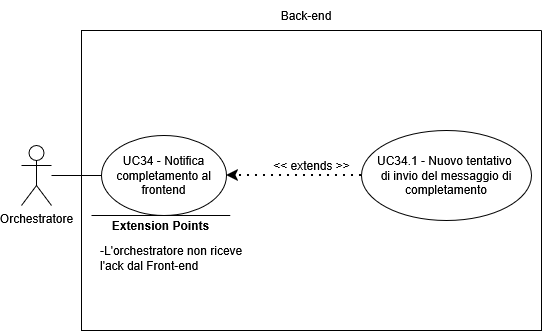
SkarabGroup/DocumentazioneProgetto keeps this draw.io diagram as assets/diagrams/UC34.png. Above is the earlier version. Source tidied: cells renumbered, new cells last; positions are measured from the earlier drawing's top-left corner, leaving out a move shared by most shapes.
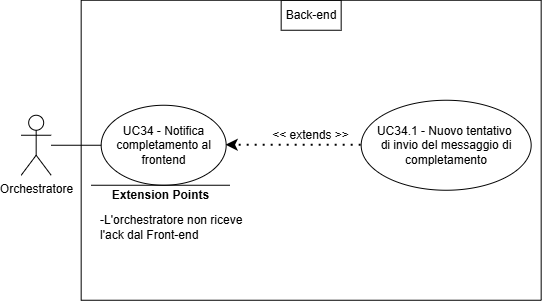
Later version of the same file.

The edit, as a diff of the source:
```diff
@@ -5,38 +5,38 @@
     <mxCell id="2" value="Orchestratore" style="shape=umlActor;verticalLabelPosition=bottom;verticalAlign=top;html=1;outlineConnect=0;" parent="1" vertex="1">
       <mxGeometry y="145" width="30" height="60" as="geometry" />
     </mxCell>
-    <mxCell id="3" style="swimlane;startSize=0;" parent="1" vertex="1">
-      <mxGeometry x="60" y="30" width="460" height="300" as="geometry" />
-    </mxCell>
+    <mxCell id="13" style="swimlane;startSize=0;" parent="1" vertex="1">
+      <mxGeometry x="60" y="30" width="460" height="300" as="geometry" />
+    </mxCell>
-    <mxCell id="4" value="UC34 - Notifica completamento al frontend" style="ellipse;whiteSpace=wrap;html=1;" parent="3" vertex="1">
+    <mxCell id="4" value="UC34 - Notifica completamento al frontend" style="ellipse;whiteSpace=wrap;html=1;" parent="13" vertex="1">
       <mxGeometry x="20" y="105" width="125" height="80" as="geometry" />
     </mxCell>
-    <mxCell id="5" value="&lt;div&gt;UC34.1 - Nuovo tentativo&amp;nbsp;&lt;/div&gt;&lt;div&gt;di invio del messaggio di completamento&lt;/div&gt;" style="ellipse;whiteSpace=wrap;html=1;" parent="3" vertex="1">
+    <mxCell id="5" value="&lt;div&gt;UC34.1 - Nuovo tentativo&amp;nbsp;&lt;/div&gt;&lt;div&gt;di invio del messaggio di completamento&lt;/div&gt;" style="ellipse;whiteSpace=wrap;html=1;" parent="13" vertex="1">
       <mxGeometry x="280" y="100" width="170" height="90" as="geometry" />
     </mxCell>
-    <mxCell id="6" style="endArrow=classic;dashed=1;html=1;dashPattern=1 3;strokeWidth=2;rounded=0;entryX=1;entryY=0.5;entryDx=0;entryDy=0;exitX=0;exitY=0.5;exitDx=0;exitDy=0;strokeColor=default;curved=0;endFill=1;endSize=6;" parent="3" edge="1" source="5" target="4">
+    <mxCell id="6" style="endArrow=classic;dashed=1;html=1;dashPattern=1 3;strokeWidth=2;rounded=0;entryX=1;entryY=0.5;entryDx=0;entryDy=0;exitX=0;exitY=0.5;exitDx=0;exitDy=0;strokeColor=default;curved=0;endFill=1;endSize=6;" parent="13" edge="1" source="5" target="4">
       <mxGeometry relative="1" as="geometry" />
     </mxCell>
-    <mxCell id="7" value="&lt;div&gt;&amp;lt;&amp;lt; extends &amp;gt;&amp;gt;&lt;/div&gt;" style="text;html=1;whiteSpace=wrap;strokeColor=none;fillColor=none;align=center;verticalAlign=middle;rounded=0;" parent="3" vertex="1">
+    <mxCell id="7" value="&lt;div&gt;&amp;lt;&amp;lt; extends &amp;gt;&amp;gt;&lt;/div&gt;" style="text;html=1;whiteSpace=wrap;strokeColor=none;fillColor=none;align=center;verticalAlign=middle;rounded=0;" parent="13" vertex="1">
       <mxGeometry x="182.5" y="120" width="95" height="30" as="geometry" />
     </mxCell>
-    <mxCell id="8" style="endArrow=none;html=1;rounded=0;" parent="3" edge="1">
-      <mxGeometry relative="1" as="geometry">
-        <mxPoint x="148.8" y="185" as="sourcePoint" />
-        <mxPoint x="10" y="185" as="targetPoint" />
-      </mxGeometry>
-    </mxCell>
+    <mxCell id="14" style="endArrow=none;html=1;rounded=0;" parent="13" edge="1">
+      <mxGeometry relative="1" as="geometry">
+        <mxPoint x="148.8" y="185" as="sourcePoint" />
+        <mxPoint x="10" y="185" as="targetPoint" />
+      </mxGeometry>
+    </mxCell>
-    <mxCell id="9" value="&lt;b&gt;Extension Points&lt;/b&gt;" style="text;html=1;whiteSpace=wrap;strokeColor=none;fillColor=none;align=center;verticalAlign=middle;rounded=0;strokeWidth=5;" parent="3" vertex="1">
+    <mxCell id="9" value="&lt;b&gt;Extension Points&lt;/b&gt;" style="text;html=1;whiteSpace=wrap;strokeColor=none;fillColor=none;align=center;verticalAlign=middle;rounded=0;strokeWidth=5;" parent="13" vertex="1">
       <mxGeometry x="21.9" y="180" width="115" height="30" as="geometry" />
     </mxCell>
-    <mxCell id="10" value="&lt;div align=&quot;left&quot;&gt;-L'orchestratore non riceve l'ack dal Front-end&lt;/div&gt;" style="text;html=1;whiteSpace=wrap;strokeColor=none;fillColor=none;align=left;verticalAlign=middle;rounded=0;" parent="3" vertex="1">
+    <mxCell id="10" value="&lt;div align=&quot;left&quot;&gt;-L'orchestratore non riceve l'ack dal Front-end&lt;/div&gt;" style="text;html=1;whiteSpace=wrap;strokeColor=none;fillColor=none;align=left;verticalAlign=middle;rounded=0;" parent="13" vertex="1">
       <mxGeometry x="16.9" y="185" width="147" height="85" as="geometry" />
     </mxCell>
+    <mxCell id="12" value="Back-end" style="text;html=1;whiteSpace=wrap;strokeColor=default;fillColor=none;align=center;verticalAlign=middle;rounded=0;perimeterSpacing=1;" parent="13" vertex="1">
+      <mxGeometry x="200" width="60" height="30" as="geometry" />
+    </mxCell>
     <mxCell id="11" style="endArrow=none;html=1;rounded=0;entryX=0;entryY=0.5;entryDx=0;entryDy=0;" parent="1" edge="1" source="2" target="4">
       <mxGeometry relative="1" as="geometry" />
     </mxCell>
-    <mxCell id="12" value="Back-end" style="text;html=1;whiteSpace=wrap;strokeColor=none;fillColor=none;align=center;verticalAlign=middle;rounded=0;" parent="1" vertex="1">
-      <mxGeometry x="255" width="60" height="30" as="geometry" />
-    </mxCell>
   </root>
 </mxGraphModel>
```
